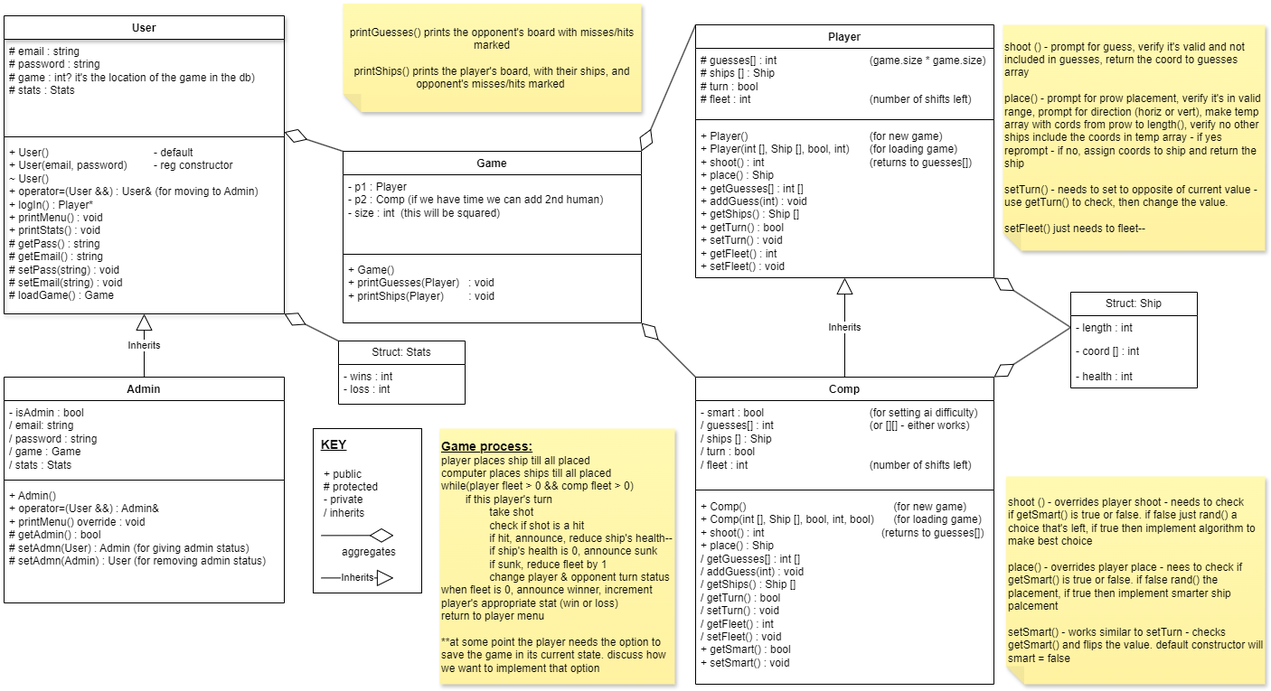
The draw.io diagram BattleshipClasses.drawio.png in StephaniePeacock/Battleship, before a commit. Source tidied: cells renumbered, new cells last; positions are measured from the earlier drawing's top-left corner, leaving out a move shared by most shapes.
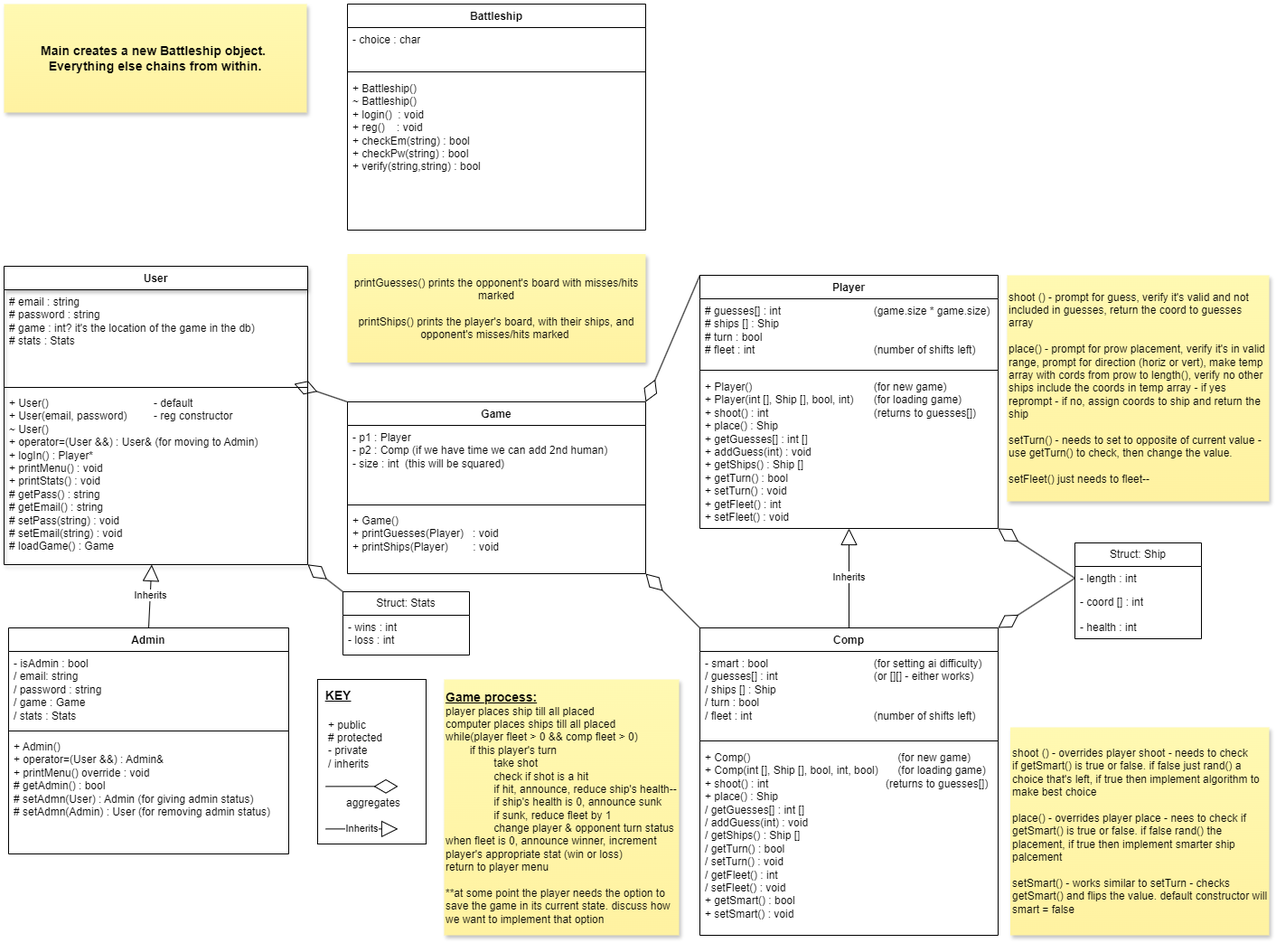
After the change.

Commit message:
added Battleship class

What changed in the source:
```diff
@@ -3,16 +3,16 @@
     <mxCell id="0" />
     <mxCell id="1" parent="0" />
     <mxCell id="2" value="User" style="swimlane;fontStyle=1;align=center;verticalAlign=top;horizontal=1;startSize=26;whiteSpace=wrap;html=1;shadow=1;" parent="1" vertex="1">
-      <mxGeometry y="14" width="310" height="330" as="geometry" />
+      <mxGeometry x="-5" y="14" width="336" height="330" as="geometry" />
     </mxCell>
     <mxCell id="3" value="# email : string&lt;br&gt;# password : string&lt;div&gt;&lt;div&gt;# game : int? it's the location of the game in the db)&lt;/div&gt;&lt;div&gt;# stats : Stats&lt;/div&gt;&lt;/div&gt;" style="text;strokeColor=none;fillColor=none;align=left;verticalAlign=top;spacingLeft=4;spacingRight=4;overflow=hidden;points=[[0,0.5],[1,0.5]];portConstraint=eastwest;whiteSpace=wrap;html=1;" parent="2" vertex="1">
-      <mxGeometry y="26" width="310" height="104" as="geometry" />
+      <mxGeometry y="26" width="336" height="104" as="geometry" />
     </mxCell>
     <mxCell id="4" style="line;strokeWidth=1;fillColor=none;align=left;verticalAlign=middle;spacingTop=-1;spacingLeft=3;spacingRight=3;labelPosition=right;strokeColor=inherit;" parent="2" vertex="1">
-      <mxGeometry y="130" width="310" height="8" as="geometry" />
+      <mxGeometry y="130" width="336" height="8" as="geometry" />
     </mxCell>
     <mxCell id="5" value="+ User()&lt;span style=&quot;white-space: pre;&quot;&gt;&#9;&lt;/span&gt;&lt;span style=&quot;white-space: pre;&quot;&gt;&#9;&lt;/span&gt;&lt;span style=&quot;white-space: pre;&quot;&gt;&#9;&lt;span style=&quot;white-space: pre;&quot;&gt;&#9;&lt;/span&gt;&lt;span style=&quot;white-space: pre;&quot;&gt;&#9;&lt;/span&gt;&lt;/span&gt;- default&lt;br&gt;+ User(email, password) &lt;span style=&quot;white-space: pre;&quot;&gt;&#9;&lt;/span&gt;- reg constructor&lt;div&gt;&lt;div&gt;~ User()&lt;/div&gt;&lt;div&gt;+ operator=(User &amp;amp;&amp;amp;) : User&amp;amp; (for moving to Admin)&lt;br&gt;&lt;div&gt;+ logIn() : Player*&lt;/div&gt;&lt;div&gt;+ printMenu() : void&lt;/div&gt;&lt;/div&gt;&lt;div&gt;+ printStats() : void&lt;/div&gt;&lt;div&gt;# getPass() : string&lt;/div&gt;&lt;div&gt;# getEmail() : string&lt;/div&gt;&lt;div&gt;&lt;span style=&quot;background-color: initial;&quot;&gt;# setPass(string) : void&lt;/span&gt;&lt;br&gt;&lt;/div&gt;&lt;div&gt;# setEmail(string) : void&lt;/div&gt;&lt;div&gt;# loadGame() : Game&lt;/div&gt;&lt;div&gt;&lt;br&gt;&lt;/div&gt;&lt;/div&gt;" style="text;strokeColor=none;fillColor=none;align=left;verticalAlign=top;spacingLeft=4;spacingRight=4;overflow=hidden;points=[[0,0.5],[1,0.5]];portConstraint=eastwest;whiteSpace=wrap;html=1;" parent="2" vertex="1">
-      <mxGeometry y="138" width="310" height="192" as="geometry" />
+      <mxGeometry y="138" width="336" height="192" as="geometry" />
     </mxCell>
     <mxCell id="6" value="Player" style="swimlane;fontStyle=1;align=center;verticalAlign=top;horizontal=1;startSize=26;whiteSpace=wrap;html=1;" parent="1" vertex="1">
       <mxGeometry x="765" y="24" width="330" height="280" as="geometry" />
@@ -62,7 +62,7 @@
     <mxCell id="21" value="- health : int" style="text;strokeColor=none;fillColor=none;align=left;verticalAlign=top;spacingLeft=4;spacingRight=4;overflow=hidden;whiteSpace=wrap;html=1;" parent="18" vertex="1">
       <mxGeometry y="80" width="140" height="26" as="geometry" />
     </mxCell>
-    <mxCell id="22" value="shoot () - prompt for guess, verify it's valid and not included in guesses, return the coord to guesses array&lt;div&gt;&lt;br&gt;&lt;/div&gt;&lt;div&gt;place() - prompt for prow placement, verify it's in valid range, prompt for direction (horiz or vert), make temp array with cords from prow to length(), verify no other ships include the coords in temp array - if yes reprompt - if no, assign coords to ship and return the ship&lt;/div&gt;&lt;div&gt;&lt;br&gt;&lt;/div&gt;&lt;div&gt;setTurn() - needs to set to opposite of current value - use getTurn() to check, then change the value.&lt;/div&gt;&lt;div&gt;&lt;br&gt;&lt;/div&gt;&lt;div&gt;setFleet() just needs to fleet--&amp;nbsp;&lt;/div&gt;" style="shape=note;whiteSpace=wrap;html=1;backgroundOutline=1;fontColor=#000000;darkOpacity=0.05;fillColor=#FFF9B2;strokeColor=none;fillStyle=solid;direction=west;gradientDirection=north;gradientColor=#FFF2A1;shadow=1;size=20;align=left;" parent="1" vertex="1">
+    <mxCell id="22" value="shoot () - prompt for guess, verify it's valid and not included in guesses, return the coord to guesses array&lt;div&gt;&lt;br&gt;&lt;/div&gt;&lt;div&gt;place() - prompt for prow placement, verify it's in valid range, prompt for direction (horiz or vert), make temp array with cords from prow to length(), verify no other ships include the coords in temp array - if yes reprompt - if no, assign coords to ship and return the ship&lt;/div&gt;&lt;div&gt;&lt;br&gt;&lt;/div&gt;&lt;div&gt;setTurn() - needs to set to opposite of current value - use getTurn() to check, then change the value.&lt;/div&gt;&lt;div&gt;&lt;br&gt;&lt;/div&gt;&lt;div&gt;setFleet() just needs to fleet--&amp;nbsp;&lt;/div&gt;" style="shape=note;whiteSpace=wrap;html=1;backgroundOutline=1;fontColor=#000000;darkOpacity=0.05;fillColor=#FFF9B2;strokeColor=none;fillStyle=solid;direction=west;gradientDirection=north;gradientColor=#FFF2A1;shadow=1;size=0;align=left;" parent="1" vertex="1">
       <mxGeometry x="1105" y="24" width="290" height="250" as="geometry" />
     </mxCell>
     <mxCell id="23" value="&lt;b&gt;&lt;u&gt;&lt;font style=&quot;font-size: 14px;&quot;&gt;Game process:&lt;/font&gt;&lt;/u&gt;&lt;/b&gt;&lt;div&gt;player places ship till all placed&lt;/div&gt;&lt;div&gt;computer places ships till all placed&lt;/div&gt;&lt;div&gt;while(player fleet &amp;gt; 0 &amp;amp;&amp;amp; comp fleet &amp;gt; 0)&lt;/div&gt;&lt;div&gt;&lt;span style=&quot;white-space: pre;&quot;&gt;&#9;&lt;/span&gt;if this player's turn&lt;/div&gt;&lt;div&gt;&lt;span style=&quot;white-space: pre;&quot;&gt;&#9;&lt;span style=&quot;white-space: pre;&quot;&gt;&#9;&lt;/span&gt;&lt;/span&gt;take shot&lt;br&gt;&lt;/div&gt;&lt;div&gt;&lt;span style=&quot;white-space: pre;&quot;&gt;&#9;&lt;span style=&quot;white-space: pre;&quot;&gt;&#9;&lt;/span&gt;&lt;/span&gt;check if shot is a hit&lt;br&gt;&lt;/div&gt;&lt;div&gt;&lt;span style=&quot;white-space: pre;&quot;&gt;&#9;&lt;span style=&quot;white-space: pre;&quot;&gt;&#9;&lt;/span&gt;&lt;/span&gt;if hit, announce, reduce ship's health--&lt;br&gt;&lt;/div&gt;&lt;div&gt;&lt;span style=&quot;white-space: pre;&quot;&gt;&#9;&lt;span style=&quot;white-space: pre;&quot;&gt;&#9;&lt;/span&gt;&lt;/span&gt;if ship's health is 0, announce sunk&lt;br&gt;&lt;/div&gt;&lt;div&gt;&lt;span style=&quot;white-space: pre;&quot;&gt;&#9;&lt;span style=&quot;white-space: pre;&quot;&gt;&#9;&lt;/span&gt;&lt;/span&gt;if sunk, reduce fleet by 1&lt;/div&gt;&lt;div&gt;&lt;span style=&quot;white-space: pre;&quot;&gt;&#9;&lt;/span&gt;&lt;span style=&quot;white-space: pre;&quot;&gt;&#9;&lt;/span&gt;change player &amp;amp; opponent turn status&lt;/div&gt;&lt;div&gt;when fleet is 0, announce winner, increment player's appropriate stat (win or loss)&lt;/div&gt;&lt;div&gt;return to player menu&lt;/div&gt;&lt;div&gt;&lt;span style=&quot;background-color: initial;&quot;&gt;&amp;nbsp;&lt;/span&gt;&lt;/div&gt;&lt;div&gt;&lt;span style=&quot;background-color: initial;&quot;&gt;**at some point the player needs the option to save the game in its current state. discuss how we want to implement that option&lt;/span&gt;&lt;/div&gt;" style="shape=note;whiteSpace=wrap;html=1;backgroundOutline=1;fontColor=#000000;darkOpacity=0.05;fillColor=#FFF9B2;strokeColor=none;fillStyle=solid;direction=west;gradientDirection=north;gradientColor=#FFF2A1;shadow=1;size=0;align=left;" parent="1" vertex="1">
@@ -83,13 +83,13 @@
     <mxCell id="28" value="+ Comp() &lt;span style=&quot;white-space: pre;&quot;&gt;&#9;&lt;/span&gt;&lt;span style=&quot;white-space: pre;&quot;&gt;&#9;&lt;/span&gt;&lt;span style=&quot;white-space: pre;&quot;&gt;&#9;&lt;/span&gt;&lt;span style=&quot;white-space: pre;&quot;&gt;&#9;&lt;/span&gt;&lt;span style=&quot;white-space: pre;&quot;&gt;&#9;&lt;/span&gt;&amp;nbsp; &amp;nbsp; &amp;nbsp; &amp;nbsp; (for new game)&lt;div&gt;+ Comp(int [], Ship [], bool, int, bool) &lt;span style=&quot;white-space: pre;&quot;&gt;&#9;&lt;/span&gt;(for loading game)&lt;/div&gt;&lt;div&gt;+ shoot() : int &lt;span style=&quot;white-space: pre;&quot;&gt;&#9;&lt;/span&gt;&lt;span style=&quot;white-space: pre;&quot;&gt;&#9;&lt;/span&gt;&lt;span style=&quot;white-space: pre;&quot;&gt;&#9;&lt;/span&gt;&lt;span style=&quot;white-space: pre;&quot;&gt;&#9;&lt;/span&gt;&lt;span style=&quot;white-space: pre;&quot;&gt;&#9;&lt;/span&gt;&amp;nbsp; &amp;nbsp; (returns to guesses[])&lt;/div&gt;&lt;div&gt;+ place() : Ship&lt;/div&gt;&lt;div&gt;/ getGuesses[] : int []&lt;/div&gt;&lt;div&gt;/ addGuess(int) : void&lt;/div&gt;&lt;div&gt;/ getShips() : Ship []&lt;/div&gt;&lt;div&gt;/ getTurn() : bool&lt;/div&gt;&lt;div&gt;/ setTurn() : void&lt;/div&gt;&lt;div&gt;/ getFleet() : int&lt;/div&gt;&lt;div&gt;/ setFleet() : void&lt;/div&gt;&lt;div&gt;+ getSmart() : bool&lt;/div&gt;&lt;div&gt;+ setSmart() : void&lt;span style=&quot;white-space: pre;&quot;&gt;&#9;&lt;/span&gt;&lt;/div&gt;" style="text;strokeColor=none;fillColor=none;align=left;verticalAlign=top;spacingLeft=4;spacingRight=4;overflow=hidden;whiteSpace=wrap;html=1;" parent="25" vertex="1">
       <mxGeometry y="130" width="330" height="210" as="geometry" />
     </mxCell>
-    <mxCell id="29" value="shoot () - overrides player shoot - needs to check&amp;nbsp;&lt;div&gt;if getSmart() is true or false. if false just rand() a choice that's left, if true then implement algorithm to make best choice&lt;div&gt;&lt;br&gt;&lt;/div&gt;&lt;div&gt;place() - overrides player place - nees to check if getSmart() is true or false. if false rand() the placement, if true then implement smarter ship palcement&lt;/div&gt;&lt;div&gt;&lt;br&gt;&lt;/div&gt;&lt;div&gt;setSmart() - works similar to setTurn - checks getSmart() and flips the value. default constructor will smart = false&lt;/div&gt;&lt;/div&gt;" style="shape=note;whiteSpace=wrap;html=1;backgroundOutline=1;fontColor=#000000;darkOpacity=0.05;fillColor=#FFF9B2;strokeColor=none;fillStyle=solid;direction=west;gradientDirection=north;gradientColor=#FFF2A1;shadow=1;size=20;align=left;" parent="1" vertex="1">
+    <mxCell id="29" value="shoot () - overrides player shoot - needs to check&amp;nbsp;&lt;div&gt;if getSmart() is true or false. if false just rand() a choice that's left, if true then implement algorithm to make best choice&lt;div&gt;&lt;br&gt;&lt;/div&gt;&lt;div&gt;place() - overrides player place - nees to check if getSmart() is true or false. if false rand() the placement, if true then implement smarter ship palcement&lt;/div&gt;&lt;div&gt;&lt;br&gt;&lt;/div&gt;&lt;div&gt;setSmart() - works similar to setTurn - checks getSmart() and flips the value. default constructor will smart = false&lt;/div&gt;&lt;/div&gt;" style="shape=note;whiteSpace=wrap;html=1;backgroundOutline=1;fontColor=#000000;darkOpacity=0.05;fillColor=#FFF9B2;strokeColor=none;fillStyle=solid;direction=west;gradientDirection=north;gradientColor=#FFF2A1;shadow=1;size=0;align=left;" parent="1" vertex="1">
       <mxGeometry x="1108.5" y="524" width="286.5" height="230" as="geometry" />
     </mxCell>
     <mxCell id="30" value="Inherits" style="endArrow=block;endSize=16;endFill=0;html=1;rounded=0;exitX=0.5;exitY=0;exitDx=0;exitDy=0;" parent="1" edge="1" source="25" target="9">
       <mxGeometry relative="1" as="geometry" />
     </mxCell>
-    <mxCell id="31" value="printGuesses() prints the opponent's board with misses/hits marked&lt;div&gt;&lt;br&gt;&lt;/div&gt;&lt;div&gt;printShips() prints the player's board, with their ships, and opponent's misses/hits marked&amp;nbsp;&lt;/div&gt;" style="shape=note;whiteSpace=wrap;html=1;backgroundOutline=1;fontColor=#000000;darkOpacity=0.05;fillColor=#FFF9B2;strokeColor=none;fillStyle=solid;direction=west;gradientDirection=north;gradientColor=#FFF2A1;shadow=1;size=20;" parent="1" vertex="1">
+    <mxCell id="31" value="printGuesses() prints the opponent's board with misses/hits marked&lt;div&gt;&lt;br&gt;&lt;/div&gt;&lt;div&gt;printShips() prints the player's board, with their ships, and opponent's misses/hits marked&amp;nbsp;&lt;/div&gt;" style="shape=note;whiteSpace=wrap;html=1;backgroundOutline=1;fontColor=#000000;darkOpacity=0.05;fillColor=#FFF9B2;strokeColor=none;fillStyle=solid;direction=west;gradientDirection=north;gradientColor=#FFF2A1;shadow=1;size=0;" parent="1" vertex="1">
       <mxGeometry x="375" y="0.5" width="330" height="120" as="geometry" />
     </mxCell>
     <mxCell id="32" style="endArrow=diamondThin;endFill=0;endSize=24;html=1;rounded=0;exitX=0;exitY=0.5;exitDx=0;exitDy=0;entryX=1;entryY=1;entryDx=0;entryDy=0;entryPerimeter=0;" parent="1" edge="1" source="19" target="9">
@@ -134,5 +134,20 @@
     <mxCell id="43" style="endArrow=diamondThin;endFill=0;endSize=24;html=1;rounded=0;exitX=0;exitY=0;exitDx=0;exitDy=0;entryX=1;entryY=0.999;entryDx=0;entryDy=0;entryPerimeter=0;" parent="1" edge="1" source="41" target="5">
       <mxGeometry relative="1" as="geometry" />
     </mxCell>
+    <mxCell id="44" value="Battleship" style="swimlane;fontStyle=1;align=center;verticalAlign=top;horizontal=1;startSize=26;whiteSpace=wrap;html=1;" parent="1" vertex="1">
+      <mxGeometry x="375" y="-276" width="330" height="250" as="geometry" />
+    </mxCell>
+    <mxCell id="45" value="- choice : char" style="text;strokeColor=none;fillColor=none;align=left;verticalAlign=top;spacingLeft=4;spacingRight=4;overflow=hidden;whiteSpace=wrap;html=1;" parent="44" vertex="1">
+      <mxGeometry y="26" width="330" height="44" as="geometry" />
+    </mxCell>
+    <mxCell id="46" style="line;strokeWidth=1;fillColor=none;align=left;verticalAlign=middle;spacingTop=-1;spacingLeft=3;spacingRight=3;labelPosition=right;strokeColor=inherit;" parent="44" vertex="1">
+      <mxGeometry y="70" width="330" height="10" as="geometry" />
+    </mxCell>
+    <mxCell id="47" value="+ Battleship()&lt;div&gt;~ Battleship()&lt;/div&gt;&lt;div&gt;+ login()&amp;nbsp; : void&lt;/div&gt;&lt;div&gt;+ reg()&amp;nbsp; &amp;nbsp; : void&lt;/div&gt;&lt;div&gt;+ checkEm(string) : bool&lt;/div&gt;&lt;div&gt;+ checkPw(string) : bool&lt;/div&gt;&lt;div&gt;+ verify(string,string) : bool&lt;/div&gt;" style="text;strokeColor=none;fillColor=none;align=left;verticalAlign=top;spacingLeft=4;spacingRight=4;overflow=hidden;whiteSpace=wrap;html=1;" parent="44" vertex="1">
+      <mxGeometry y="80" width="330" height="170" as="geometry" />
+    </mxCell>
+    <mxCell id="48" value="&lt;h3&gt;Main creates a new Battleship object.&amp;nbsp;&lt;br&gt;Everything else chains from within.&lt;/h3&gt;" style="shape=note;whiteSpace=wrap;html=1;backgroundOutline=1;fontColor=#000000;darkOpacity=0.05;fillColor=#FFF9B2;strokeColor=none;fillStyle=solid;direction=west;gradientDirection=north;gradientColor=#FFF2A1;shadow=1;size=0;" parent="1" vertex="1">
+      <mxGeometry x="-5" y="-276" width="335" height="120" as="geometry" />
+    </mxCell>
   </root>
 </mxGraphModel>
```
